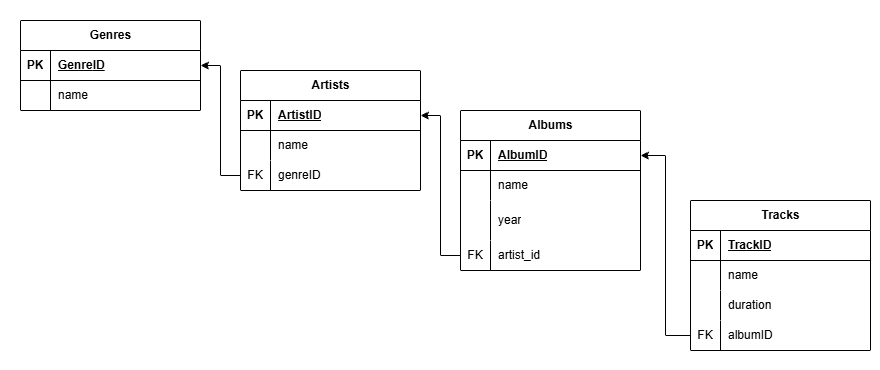
This is db_homework.png from grigoscope/py-homeworks-db, a draw.io export, as it was before one commit. Source tidied: cells renumbered, new cells last; positions are measured from the earlier drawing's top-left corner, leaving out a move shared by most shapes.
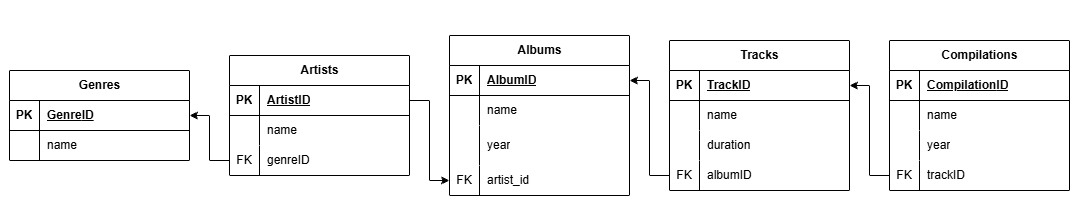
After the change.

Diff of the diagram source:
```diff
@@ -3,10 +3,10 @@
     <mxCell id="0" />
     <mxCell id="1" parent="0" />
     <mxCell id="2" style="rounded=0;whiteSpace=wrap;html=1;strokeColor=none;fillColor=light-dark(#FFFFFF,#B6B6B6);" parent="1" vertex="1">
-      <mxGeometry width="880" height="370" as="geometry" />
+      <mxGeometry x="-10" y="-90" width="1090" height="220" as="geometry" />
     </mxCell>
     <mxCell id="3" value="Genres" style="shape=table;startSize=30;rowLines=0;fontStyle=1;align=center;html=1;" parent="1" vertex="1">
-      <mxGeometry x="20" y="20" width="180" height="90" as="geometry" />
+      <mxGeometry y="-20" width="180" height="90" as="geometry" />
     </mxCell>
     <mxCell id="4" style="shape=tableRow;horizontal=0;startSize=0;swimlaneHead=0;swimlaneBody=0;fillColor=none;points=[[0,0.5],[1,0.5]];portConstraint=eastwest;top=0;left=0;right=0;bottom=1;" parent="3" vertex="1">
       <mxGeometry y="30" width="180" height="30" as="geometry" />
@@ -27,7 +27,7 @@
       <mxGeometry x="30" width="150" height="30" as="geometry" />
     </mxCell>
     <mxCell id="10" value="Artists" style="shape=table;startSize=30;rowLines=0;fontStyle=1;align=center;html=1;" parent="1" vertex="1">
-      <mxGeometry x="240" y="70" width="180" height="120" as="geometry" />
+      <mxGeometry x="220" y="-35" width="180" height="120" as="geometry" />
     </mxCell>
     <mxCell id="11" style="shape=tableRow;horizontal=0;startSize=0;swimlaneHead=0;swimlaneBody=0;fillColor=none;points=[[0,0.5],[1,0.5]];portConstraint=eastwest;top=0;left=0;right=0;bottom=1;" parent="10" vertex="1">
       <mxGeometry y="30" width="180" height="30" as="geometry" />
@@ -57,7 +57,7 @@
       <mxGeometry x="30" width="150" height="30" as="geometry" />
     </mxCell>
     <mxCell id="20" value="Albums" style="shape=table;startSize=30;rowLines=0;fontStyle=1;align=center;html=1;" parent="1" vertex="1">
-      <mxGeometry x="460" y="110" width="180" height="160" as="geometry" />
+      <mxGeometry x="440" y="-55" width="180" height="160" as="geometry" />
     </mxCell>
     <mxCell id="21" style="shape=tableRow;horizontal=0;startSize=0;swimlaneHead=0;swimlaneBody=0;fillColor=none;points=[[0,0.5],[1,0.5]];portConstraint=eastwest;top=0;left=0;right=0;bottom=1;" parent="20" vertex="1">
       <mxGeometry y="30" width="180" height="30" as="geometry" />
@@ -96,7 +96,7 @@
       <mxGeometry x="30" width="150" height="30" as="geometry" />
     </mxCell>
     <mxCell id="33" value="Tracks" style="shape=table;startSize=30;rowLines=0;fontStyle=1;align=center;html=1;" parent="1" vertex="1">
-      <mxGeometry x="690" y="200" width="180" height="150" as="geometry" />
+      <mxGeometry x="660" y="-50" width="180" height="150" as="geometry" />
     </mxCell>
     <mxCell id="34" style="shape=tableRow;horizontal=0;startSize=0;swimlaneHead=0;swimlaneBody=0;fillColor=none;points=[[0,0.5],[1,0.5]];portConstraint=eastwest;top=0;left=0;right=0;bottom=1;" parent="33" vertex="1">
       <mxGeometry y="30" width="180" height="30" as="geometry" />
@@ -134,14 +134,56 @@
     <mxCell id="45" value="albumID" style="shape=partialRectangle;fillColor=none;top=0;left=0;bottom=0;right=0;align=left;spacingLeft=6;overflow=hidden;whiteSpace=wrap;html=1;" parent="43" vertex="1">
       <mxGeometry x="30" width="150" height="30" as="geometry" />
     </mxCell>
+    <mxCell id="49" value="Compilations" style="shape=table;startSize=30;rowLines=0;fontStyle=1;align=center;html=1;" parent="1" vertex="1">
+      <mxGeometry x="880" y="-50" width="180" height="150" as="geometry" />
+    </mxCell>
+    <mxCell id="50" style="shape=tableRow;horizontal=0;startSize=0;swimlaneHead=0;swimlaneBody=0;fillColor=none;top=0;left=0;right=0;bottom=1;" parent="49" vertex="1">
+      <mxGeometry y="30" width="180" height="30" as="geometry" />
+    </mxCell>
+    <mxCell id="51" value="PK" style="shape=partialRectangle;fillColor=none;top=0;left=0;bottom=0;right=0;fontStyle=1;overflow=hidden;whiteSpace=wrap;html=1;" parent="50" vertex="1">
+      <mxGeometry width="30" height="30" as="geometry" />
+    </mxCell>
+    <mxCell id="52" value="&lt;span style=&quot;text-align: center; text-wrap-mode: nowrap;&quot;&gt;Compilation&lt;/span&gt;ID" style="shape=partialRectangle;fillColor=none;top=0;left=0;bottom=0;right=0;align=left;spacingLeft=6;fontStyle=5;overflow=hidden;whiteSpace=wrap;html=1;" parent="50" vertex="1">
+      <mxGeometry x="30" width="150" height="30" as="geometry" />
+    </mxCell>
+    <mxCell id="53" style="shape=tableRow;horizontal=0;startSize=0;swimlaneHead=0;swimlaneBody=0;fillColor=none;top=0;left=0;right=0;bottom=0;" parent="49" vertex="1">
+      <mxGeometry y="60" width="180" height="30" as="geometry" />
+    </mxCell>
+    <mxCell id="54" style="shape=partialRectangle;fillColor=none;top=0;left=0;bottom=0;right=0;overflow=hidden;whiteSpace=wrap;html=1;" parent="53" vertex="1">
+      <mxGeometry width="30" height="30" as="geometry" />
+    </mxCell>
+    <mxCell id="55" value="name" style="shape=partialRectangle;fillColor=none;top=0;left=0;bottom=0;right=0;align=left;spacingLeft=6;overflow=hidden;whiteSpace=wrap;html=1;" parent="53" vertex="1">
+      <mxGeometry x="30" width="150" height="30" as="geometry" />
+    </mxCell>
+    <mxCell id="56" style="shape=tableRow;horizontal=0;startSize=0;swimlaneHead=0;swimlaneBody=0;fillColor=none;top=0;left=0;right=0;bottom=0;" parent="49" vertex="1">
+      <mxGeometry y="90" width="180" height="30" as="geometry" />
+    </mxCell>
+    <mxCell id="57" style="shape=partialRectangle;fillColor=none;top=0;left=0;bottom=0;right=0;overflow=hidden;whiteSpace=wrap;html=1;" parent="56" vertex="1">
+      <mxGeometry width="30" height="30" as="geometry" />
+    </mxCell>
+    <mxCell id="58" value="year" style="shape=partialRectangle;fillColor=none;top=0;left=0;bottom=0;right=0;align=left;spacingLeft=6;overflow=hidden;whiteSpace=wrap;html=1;" parent="56" vertex="1">
+      <mxGeometry x="30" width="150" height="30" as="geometry" />
+    </mxCell>
+    <mxCell id="59" style="shape=tableRow;horizontal=0;startSize=0;swimlaneHead=0;swimlaneBody=0;fillColor=none;points=[[0,0.5],[1,0.5]];portConstraint=eastwest;top=0;left=0;right=0;bottom=0;" parent="49" vertex="1">
+      <mxGeometry y="120" width="180" height="30" as="geometry" />
+    </mxCell>
+    <mxCell id="60" value="FK" style="shape=partialRectangle;fillColor=none;top=0;left=0;bottom=0;right=0;overflow=hidden;whiteSpace=wrap;html=1;" parent="59" vertex="1">
+      <mxGeometry width="30" height="30" as="geometry" />
+    </mxCell>
+    <mxCell id="61" value="trackID" style="shape=partialRectangle;fillColor=none;top=0;left=0;bottom=0;right=0;align=left;spacingLeft=6;overflow=hidden;whiteSpace=wrap;html=1;" parent="59" vertex="1">
+      <mxGeometry x="30" width="150" height="30" as="geometry" />
+    </mxCell>
     <mxCell id="46" style="edgeStyle=orthogonalEdgeStyle;rounded=0;jettySize=auto;html=1;exitX=0;exitY=0.5;exitDx=0;exitDy=0;entryX=1;entryY=0.5;entryDx=0;entryDy=0;" parent="1" edge="1" source="17" target="4">
       <mxGeometry relative="1" as="geometry" />
     </mxCell>
-    <mxCell id="47" style="edgeStyle=orthogonalEdgeStyle;rounded=0;jettySize=auto;html=1;exitX=0;exitY=0.5;exitDx=0;exitDy=0;entryX=1;entryY=0.5;entryDx=0;entryDy=0;" parent="1" edge="1" source="30" target="11">
-      <mxGeometry relative="1" as="geometry" />
-    </mxCell>
+    <mxCell id="62" style="edgeStyle=orthogonalEdgeStyle;rounded=0;jettySize=auto;html=1;exitX=1;exitY=0.5;exitDx=0;exitDy=0;entryX=0;entryY=0.5;entryDx=0;entryDy=0;" parent="1" edge="1" source="11" target="30">
+      <mxGeometry relative="1" as="geometry" />
+    </mxCell>
-    <mxCell id="48" style="edgeStyle=orthogonalEdgeStyle;rounded=0;jettySize=auto;html=1;entryX=1;entryY=0.5;entryDx=0;entryDy=0;" parent="1" edge="1" source="43" target="21">
+    <mxCell id="48" style="edgeStyle=orthogonalEdgeStyle;rounded=0;jettySize=auto;html=1;exitX=0;exitY=0.5;exitDx=0;exitDy=0;entryX=1;entryY=0.5;entryDx=0;entryDy=0;" parent="1" edge="1" source="43" target="21">
       <mxGeometry relative="1" as="geometry" />
     </mxCell>
+    <mxCell id="63" style="edgeStyle=orthogonalEdgeStyle;rounded=0;jettySize=auto;html=1;exitX=0;exitY=0.5;exitDx=0;exitDy=0;entryX=1;entryY=0.5;entryDx=0;entryDy=0;" parent="1" edge="1" source="59" target="34">
+      <mxGeometry relative="1" as="geometry" />
+    </mxCell>
   </root>
 </mxGraphModel>
```
